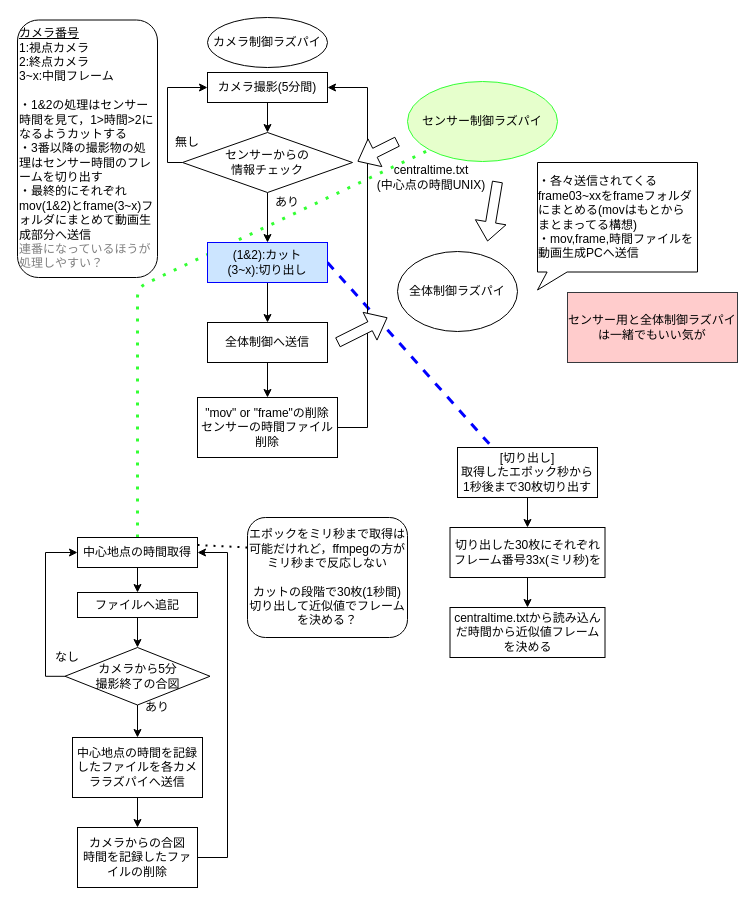
Earlier version of the draw.io diagram page "Page-1" (1 of 2) of BT設計.drawio (consomme67/Develop). Source tidied: cells renumbered, new cells numbered last; positions are measured from the earlier drawing's top-left corner, leaving out a move shared by most shapes. Both pictures are drawn from the tidied source at 100%, with x=0, y=0 at pixel (17, 17).
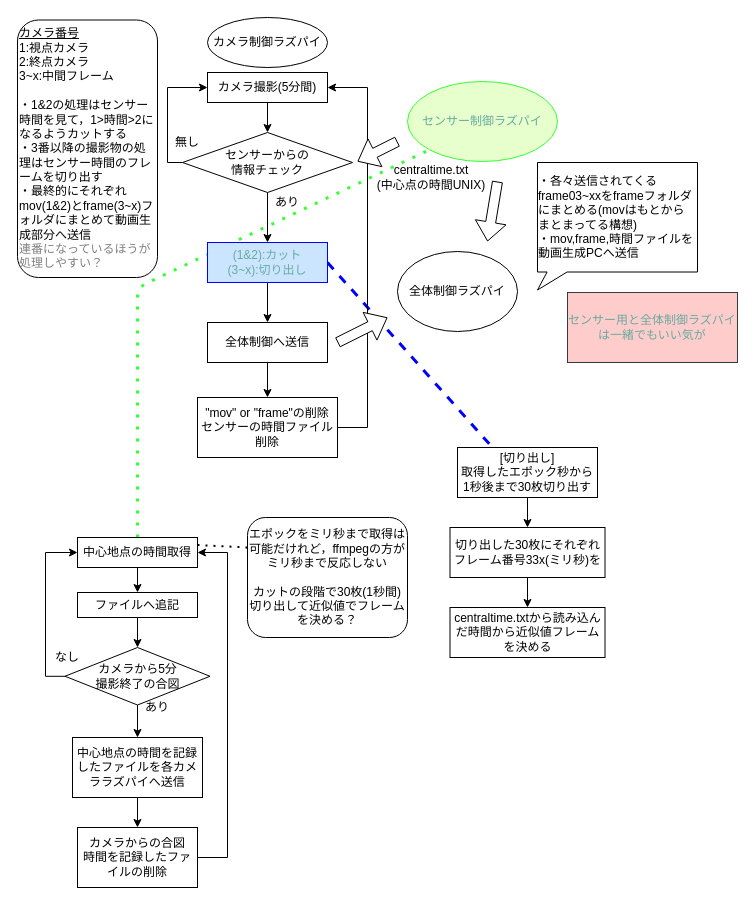
After the change.

What changed in the source:
```diff
@@
-    <mxCell id="12" value="(1&amp;amp;2):カット&lt;br&gt;(3~x):切り出し" style="rounded=0;whiteSpace=wrap;html=1;strokeColor=#0000FF;fillColor=#CCE5FF;" parent="1" vertex="1">
+    <mxCell id="12" value="&lt;font color=&quot;#67ab9f&quot;&gt;(1&amp;amp;2):カット&lt;br&gt;(3~x):切り出し&lt;/font&gt;" style="rounded=0;whiteSpace=wrap;html=1;strokeColor=#0000FF;fillColor=#CCE5FF;" parent="1" vertex="1">
       <mxGeometry x="190" y="225" width="120" height="40" as="geometry" />
     </mxCell>
@@
-    <mxCell id="19" value="センサー制御ラズパイ" style="ellipse;whiteSpace=wrap;html=1;strokeColor=#33FF33;fillColor=#E6FFCC;" parent="1" vertex="1">
+    <mxCell id="19" value="&lt;font color=&quot;#67ab9f&quot;&gt;センサー制御ラズパイ&lt;/font&gt;" style="ellipse;whiteSpace=wrap;html=1;strokeColor=#33FF33;fillColor=#E6FFCC;" parent="1" vertex="1">
       <mxGeometry x="390" y="64" width="150" height="80" as="geometry" />
     </mxCell>
@@
-    <mxCell id="46" value="センサー用と全体制御ラズパイは一緒でもいい気が" style="text;html=1;strokeColor=#36393d;fillColor=#ffcccc;align=center;verticalAlign=middle;whiteSpace=wrap;rounded=0;" parent="1" vertex="1">
+    <mxCell id="46" value="&lt;font color=&quot;#67ab9f&quot;&gt;センサー用と全体制御ラズパイは一緒でもいい気が&lt;/font&gt;" style="text;html=1;strokeColor=#36393d;fillColor=#ffcccc;align=center;verticalAlign=middle;whiteSpace=wrap;rounded=0;" parent="1" vertex="1">
       <mxGeometry x="550" y="275" width="170" height="70" as="geometry" />
     </mxCell>
```
